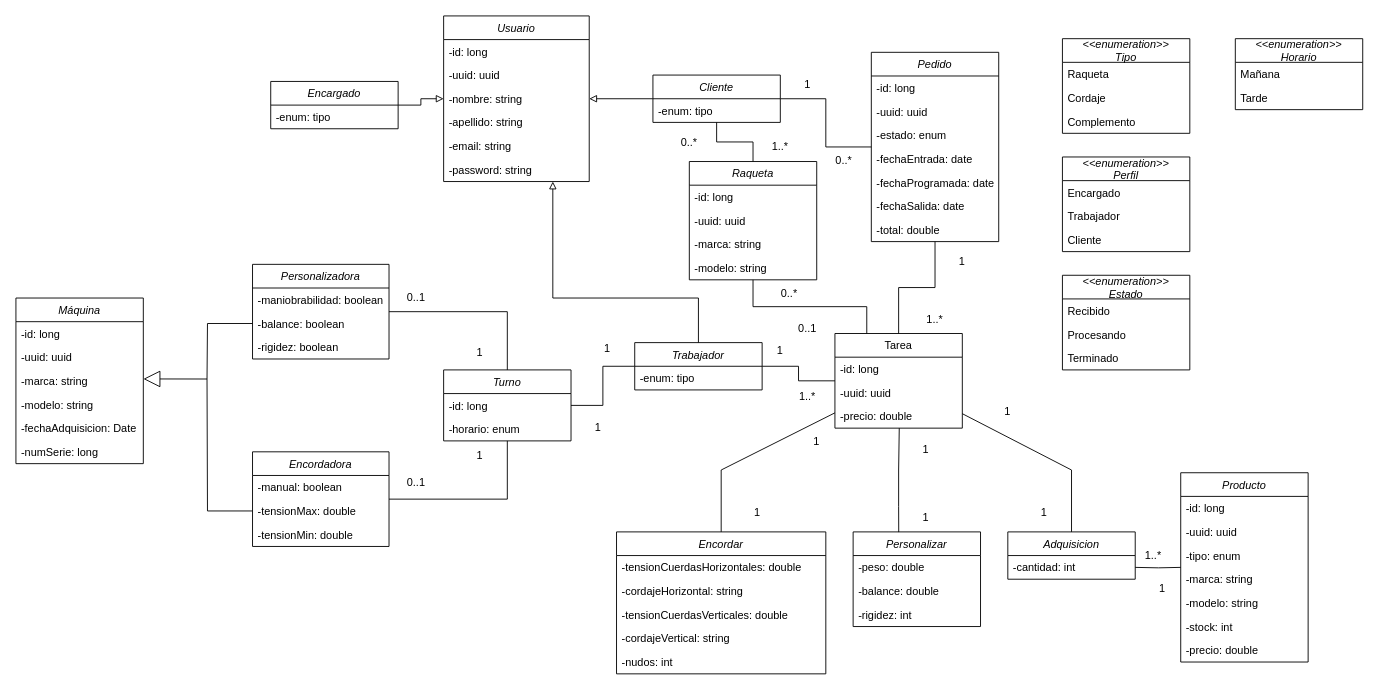
Mario999X/tennislab-MongoDB-Reactivo keeps this draw.io diagram as image/tennisLab-Reactivo.drawio. Above is the earlier version. Source tidied: cells renumbered, new cells numbered last; positions are measured from the earlier drawing's top-left corner, leaving out a move shared by most shapes. Both pictures are drawn from the tidied source at 91%, with x=0, y=0 at pixel (15, 15).
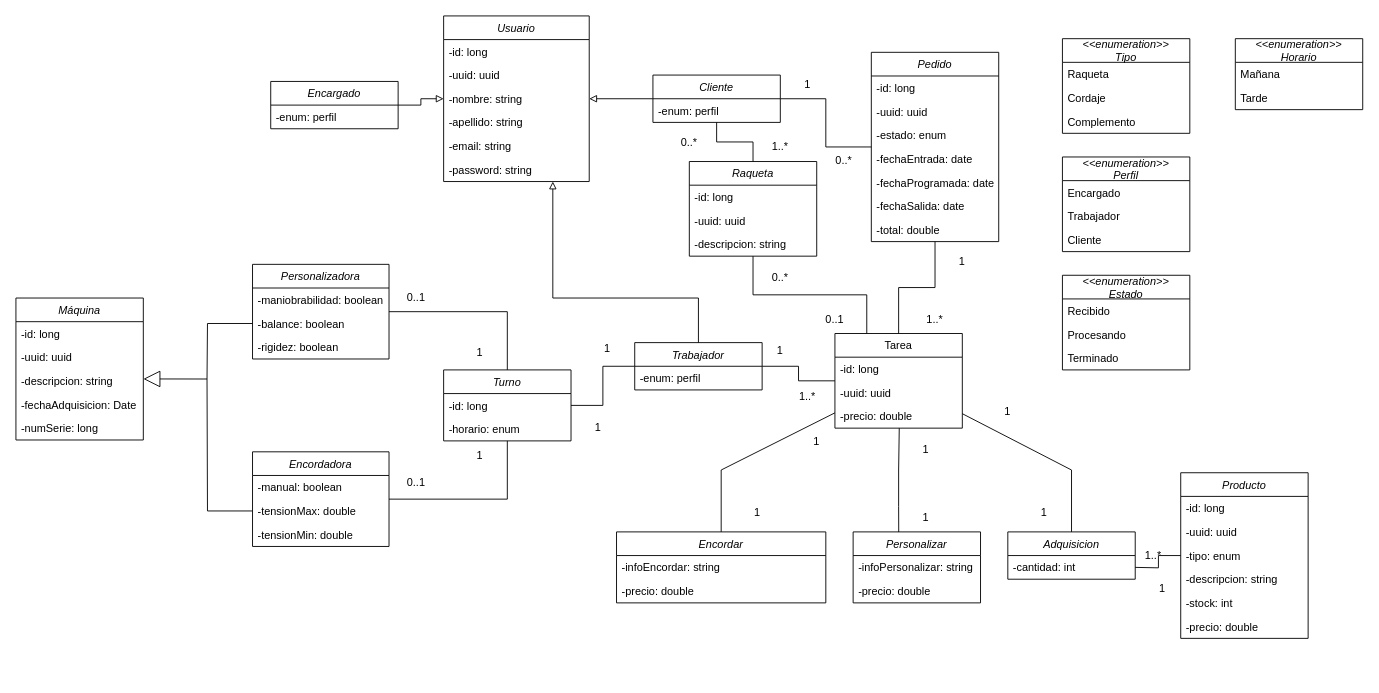
The same diagram, later.

Commit message:
Diagrama actualizado

Unchanged cells that the change refers to:
```xml
<mxCell id="86" value="Cliente" style="swimlane;fontStyle=2;horizontal=1;startSize=26;fillColor=none;" parent="1" vertex="1">
  <mxGeometry x="700" y="65" width="140" height="52" as="geometry" />
</mxCell>
<mxCell id="90" value="Trabajador" style="swimlane;fontStyle=2;horizontal=1;startSize=26;fillColor=none;" parent="1" vertex="1">
  <mxGeometry x="680" y="359" width="140" height="52" as="geometry" />
</mxCell>
<mxCell id="93" value="Encargado" style="swimlane;fontStyle=2;horizontal=1;startSize=26;fillColor=none;" parent="1" vertex="1">
  <mxGeometry x="280" y="72" width="140" height="52" as="geometry" />
</mxCell>
```

Diff of the diagram source:
```diff
@@
     <mxCell id="13" value="Máquina" style="swimlane;fontStyle=2;horizontal=1;startSize=26;fillColor=none;" parent="1" vertex="1">
-      <mxGeometry y="310" width="140" height="182" as="geometry" />
+      <mxGeometry y="310" width="140" height="156" as="geometry" />
     </mxCell>
@@
-    <mxCell id="16" value="-marca: string" style="text;strokeColor=none;fillColor=none;align=left;verticalAlign=top;spacingLeft=4;spacingRight=4;overflow=hidden;points=[[0,0.5],[1,0.5]];portConstraint=eastwest;" parent="13" vertex="1">
+    <mxCell id="16" value="-descripcion: string" style="text;strokeColor=none;fillColor=none;align=left;verticalAlign=top;spacingLeft=4;spacingRight=4;overflow=hidden;points=[[0,0.5],[1,0.5]];portConstraint=eastwest;" parent="13" vertex="1">
       <mxGeometry y="78" width="140" height="26" as="geometry" />
     </mxCell>
-    <mxCell id="17" value="-modelo: string" style="text;strokeColor=none;fillColor=none;align=left;verticalAlign=top;spacingLeft=4;spacingRight=4;overflow=hidden;" parent="13" vertex="1">
-      <mxGeometry y="104" width="140" height="26" as="geometry" />
-    </mxCell>
     <mxCell id="18" value="-fechaAdquisicion: Date" style="text;strokeColor=none;fillColor=none;align=left;verticalAlign=top;spacingLeft=4;spacingRight=4;overflow=hidden;" parent="13" vertex="1">
-      <mxGeometry y="130" width="140" height="26" as="geometry" />
+      <mxGeometry y="104" width="140" height="26" as="geometry" />
     </mxCell>
     <mxCell id="19" value="-numSerie: long" style="text;strokeColor=none;fillColor=none;align=left;verticalAlign=top;spacingLeft=4;spacingRight=4;overflow=hidden;" parent="13" vertex="1">
-      <mxGeometry y="156" width="140" height="26" as="geometry" />
+      <mxGeometry y="130" width="140" height="26" as="geometry" />
     </mxCell>
@@
     <mxCell id="48" value="Producto" style="swimlane;fontStyle=2;horizontal=1;startSize=26;fillColor=none;" parent="1" vertex="1">
-      <mxGeometry x="1280" y="502" width="140" height="208" as="geometry" />
+      <mxGeometry x="1280" y="502" width="140" height="182" as="geometry" />
     </mxCell>
@@
-    <mxCell id="52" value="-marca: string" style="text;strokeColor=none;fillColor=none;align=left;verticalAlign=top;spacingLeft=4;spacingRight=4;overflow=hidden;" parent="48" vertex="1">
+    <mxCell id="52" value="-descripcion: string" style="text;strokeColor=none;fillColor=none;align=left;verticalAlign=top;spacingLeft=4;spacingRight=4;overflow=hidden;" parent="48" vertex="1">
       <mxGeometry y="104" width="140" height="26" as="geometry" />
     </mxCell>
-    <mxCell id="53" value="-modelo: string" style="text;strokeColor=none;fillColor=none;align=left;verticalAlign=top;spacingLeft=4;spacingRight=4;overflow=hidden;" parent="48" vertex="1">
-      <mxGeometry y="130" width="140" height="26" as="geometry" />
-    </mxCell>
     <mxCell id="54" value="-stock: int" style="text;strokeColor=none;fillColor=none;align=left;verticalAlign=top;spacingLeft=4;spacingRight=4;overflow=hidden;" parent="48" vertex="1">
-      <mxGeometry y="156" width="140" height="26" as="geometry" />
+      <mxGeometry y="130" width="140" height="26" as="geometry" />
     </mxCell>
     <mxCell id="55" value="-precio: double" style="text;strokeColor=none;fillColor=none;align=left;verticalAlign=top;spacingLeft=4;spacingRight=4;overflow=hidden;" parent="48" vertex="1">
-      <mxGeometry y="182" width="140" height="26" as="geometry" />
+      <mxGeometry y="156" width="140" height="26" as="geometry" />
     </mxCell>
@@
     <mxCell id="61" value="Encordar" style="swimlane;fontStyle=2;horizontal=1;startSize=26;fillColor=none;" parent="1" vertex="1">
-      <mxGeometry x="660" y="567" width="230" height="156" as="geometry" />
+      <mxGeometry x="660" y="567" width="230" height="78" as="geometry" />
     </mxCell>
-    <mxCell id="62" value="-tensionCuerdasHorizontales: double" style="text;strokeColor=none;fillColor=none;align=left;verticalAlign=top;spacingLeft=4;spacingRight=4;overflow=hidden;" parent="61" vertex="1">
-      <mxGeometry y="26" width="230" height="26" as="geometry" />
-    </mxCell>
-    <mxCell id="63" value="-cordajeHorizontal: string" style="text;strokeColor=none;fillColor=none;align=left;verticalAlign=top;spacingLeft=4;spacingRight=4;overflow=hidden;" parent="61" vertex="1">
-      <mxGeometry y="52" width="230" height="26" as="geometry" />
-    </mxCell>
-    <mxCell id="64" value="-tensionCuerdasVerticales: double" style="text;strokeColor=none;fillColor=none;align=left;verticalAlign=top;spacingLeft=4;spacingRight=4;overflow=hidden;" parent="61" vertex="1">
-      <mxGeometry y="78" width="230" height="26" as="geometry" />
+    <mxCell id="64" value="-infoEncordar: string" style="text;strokeColor=none;fillColor=none;align=left;verticalAlign=top;spacingLeft=4;spacingRight=4;overflow=hidden;" parent="61" vertex="1">
+      <mxGeometry y="26" width="230" height="26" as="geometry" />
     </mxCell>
-    <mxCell id="65" value="-cordajeVertical: string" style="text;strokeColor=none;fillColor=none;align=left;verticalAlign=top;spacingLeft=4;spacingRight=4;overflow=hidden;" parent="61" vertex="1">
-      <mxGeometry y="104" width="230" height="26" as="geometry" />
-    </mxCell>
-    <mxCell id="66" value="-nudos: int" style="text;strokeColor=none;fillColor=none;align=left;verticalAlign=top;spacingLeft=4;spacingRight=4;overflow=hidden;" parent="61" vertex="1">
-      <mxGeometry y="130" width="230" height="26" as="geometry" />
-    </mxCell>
+    <mxCell id="128" value="-precio: double" style="text;strokeColor=none;fillColor=none;align=left;verticalAlign=top;spacingLeft=4;spacingRight=4;overflow=hidden;" parent="61" vertex="1">
+      <mxGeometry y="52" width="230" height="26" as="geometry" />
+    </mxCell>
@@
     <mxCell id="68" value="Personalizar" style="swimlane;fontStyle=2;horizontal=1;startSize=26;fillColor=none;" parent="1" vertex="1">
-      <mxGeometry x="920" y="567" width="140" height="104" as="geometry" />
+      <mxGeometry x="920" y="567" width="140" height="78" as="geometry" />
     </mxCell>
-    <mxCell id="69" value="-peso: double" style="text;strokeColor=none;fillColor=none;align=left;verticalAlign=top;spacingLeft=4;spacingRight=4;overflow=hidden;" parent="68" vertex="1">
+    <mxCell id="69" value="-infoPersonalizar: string" style="text;strokeColor=none;fillColor=none;align=left;verticalAlign=top;spacingLeft=4;spacingRight=4;overflow=hidden;" parent="68" vertex="1">
       <mxGeometry y="26" width="140" height="26" as="geometry" />
     </mxCell>
-    <mxCell id="70" value="-balance: double " style="text;strokeColor=none;fillColor=none;align=left;verticalAlign=top;spacingLeft=4;spacingRight=4;overflow=hidden;" parent="68" vertex="1">
-      <mxGeometry y="52" width="140" height="26" as="geometry" />
-    </mxCell>
-    <mxCell id="71" value="-rigidez: int" style="text;strokeColor=none;fillColor=none;align=left;verticalAlign=top;spacingLeft=4;spacingRight=4;overflow=hidden;" parent="68" vertex="1">
-      <mxGeometry y="78" width="140" height="26" as="geometry" />
-    </mxCell>
+    <mxCell id="129" value="-precio: double" style="text;strokeColor=none;fillColor=none;align=left;verticalAlign=top;spacingLeft=4;spacingRight=4;overflow=hidden;" parent="68" vertex="1">
+      <mxGeometry y="52" width="140" height="26" as="geometry" />
+    </mxCell>
@@
-    <mxCell id="87" value="-enum: tipo" style="text;strokeColor=none;fillColor=none;align=left;verticalAlign=top;spacingLeft=4;spacingRight=4;overflow=hidden;" parent="86" vertex="1">
+    <mxCell id="87" value="-enum: perfil" style="text;strokeColor=none;fillColor=none;align=left;verticalAlign=top;spacingLeft=4;spacingRight=4;overflow=hidden;" parent="86" vertex="1">
       <mxGeometry y="26" width="140" height="26" as="geometry" />
     </mxCell>
@@
-    <mxCell id="91" value="-enum: tipo" style="text;strokeColor=none;fillColor=none;align=left;verticalAlign=top;spacingLeft=4;spacingRight=4;overflow=hidden;" parent="90" vertex="1">
+    <mxCell id="91" value="-enum: perfil" style="text;strokeColor=none;fillColor=none;align=left;verticalAlign=top;spacingLeft=4;spacingRight=4;overflow=hidden;" parent="90" vertex="1">
       <mxGeometry y="26" width="140" height="26" as="geometry" />
     </mxCell>
@@
-    <mxCell id="94" value="-enum: tipo" style="text;strokeColor=none;fillColor=none;align=left;verticalAlign=top;spacingLeft=4;spacingRight=4;overflow=hidden;" parent="93" vertex="1">
+    <mxCell id="94" value="-enum: perfil" style="text;strokeColor=none;fillColor=none;align=left;verticalAlign=top;spacingLeft=4;spacingRight=4;overflow=hidden;" parent="93" vertex="1">
       <mxGeometry y="26" width="140" height="26" as="geometry" />
     </mxCell>
@@
     <mxCell id="99" value="Raqueta" style="swimlane;fontStyle=2;horizontal=1;startSize=26;fillColor=none;" parent="1" vertex="1">
-      <mxGeometry x="740" y="160" width="140" height="130" as="geometry" />
+      <mxGeometry x="740" y="160" width="140" height="104" as="geometry" />
     </mxCell>
@@
-    <mxCell id="102" value="-marca: string" style="text;strokeColor=none;fillColor=none;align=left;verticalAlign=top;spacingLeft=4;spacingRight=4;overflow=hidden;" parent="99" vertex="1">
+    <mxCell id="102" value="-descripcion: string" style="text;strokeColor=none;fillColor=none;align=left;verticalAlign=top;spacingLeft=4;spacingRight=4;overflow=hidden;" parent="99" vertex="1">
       <mxGeometry y="78" width="140" height="26" as="geometry" />
     </mxCell>
-    <mxCell id="103" value="-modelo: string" style="text;strokeColor=none;fillColor=none;align=left;verticalAlign=top;spacingLeft=4;spacingRight=4;overflow=hidden;" parent="99" vertex="1">
-      <mxGeometry y="104" width="140" height="26" as="geometry" />
-    </mxCell>
@@
     <mxCell id="112" value="0..*" style="text;html=1;strokeColor=none;fillColor=none;align=center;verticalAlign=middle;whiteSpace=wrap;rounded=0;" parent="1" vertex="1">
-      <mxGeometry x="820" y="290" width="60" height="30" as="geometry" />
+      <mxGeometry x="810" y="273" width="60" height="30" as="geometry" />
     </mxCell>
     <mxCell id="113" value="0..1" style="text;html=1;strokeColor=none;fillColor=none;align=center;verticalAlign=middle;whiteSpace=wrap;rounded=0;" parent="1" vertex="1">
-      <mxGeometry x="840" y="329" width="60" height="30" as="geometry" />
+      <mxGeometry x="870" y="319" width="60" height="30" as="geometry" />
     </mxCell>
```
